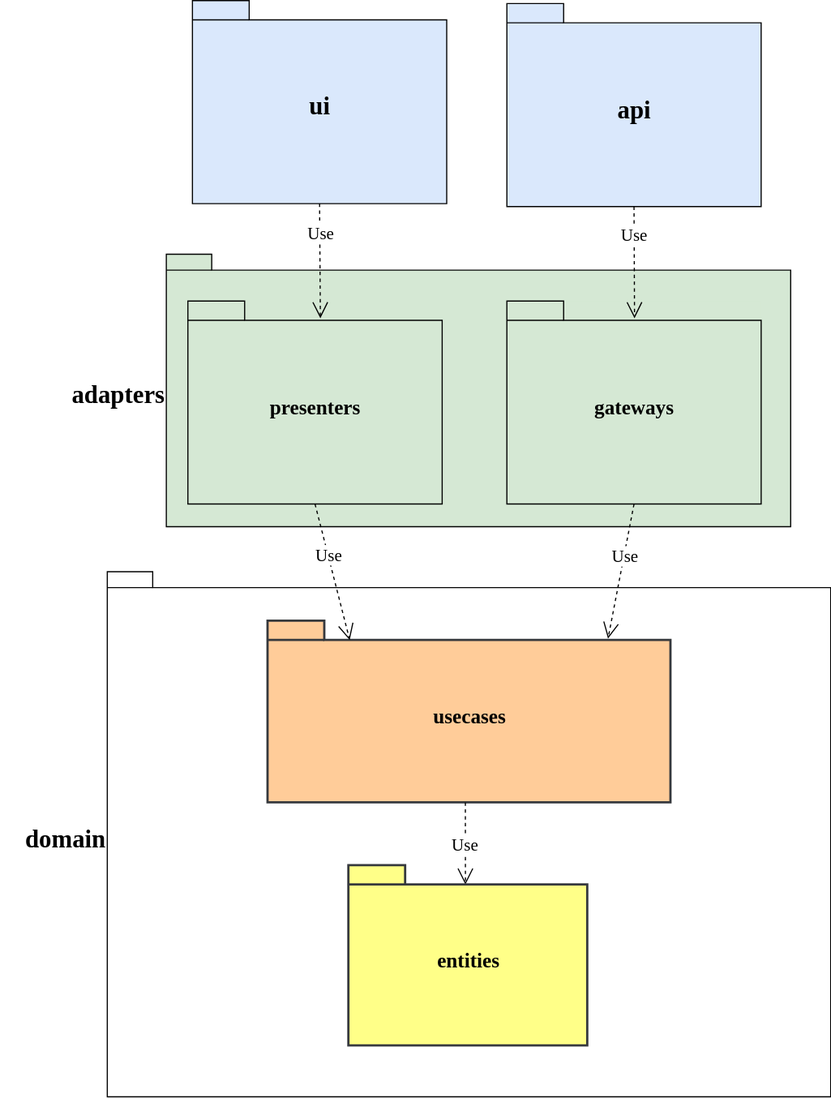
softspiders/clean-architecture-counter-starters keeps this draw.io diagram as app/diagrams/packages.uml.svg. Above is the earlier version. Source tidied: cells renumbered, new cells last; positions are measured from the earlier drawing's top-left corner, leaving out a move shared by most shapes.
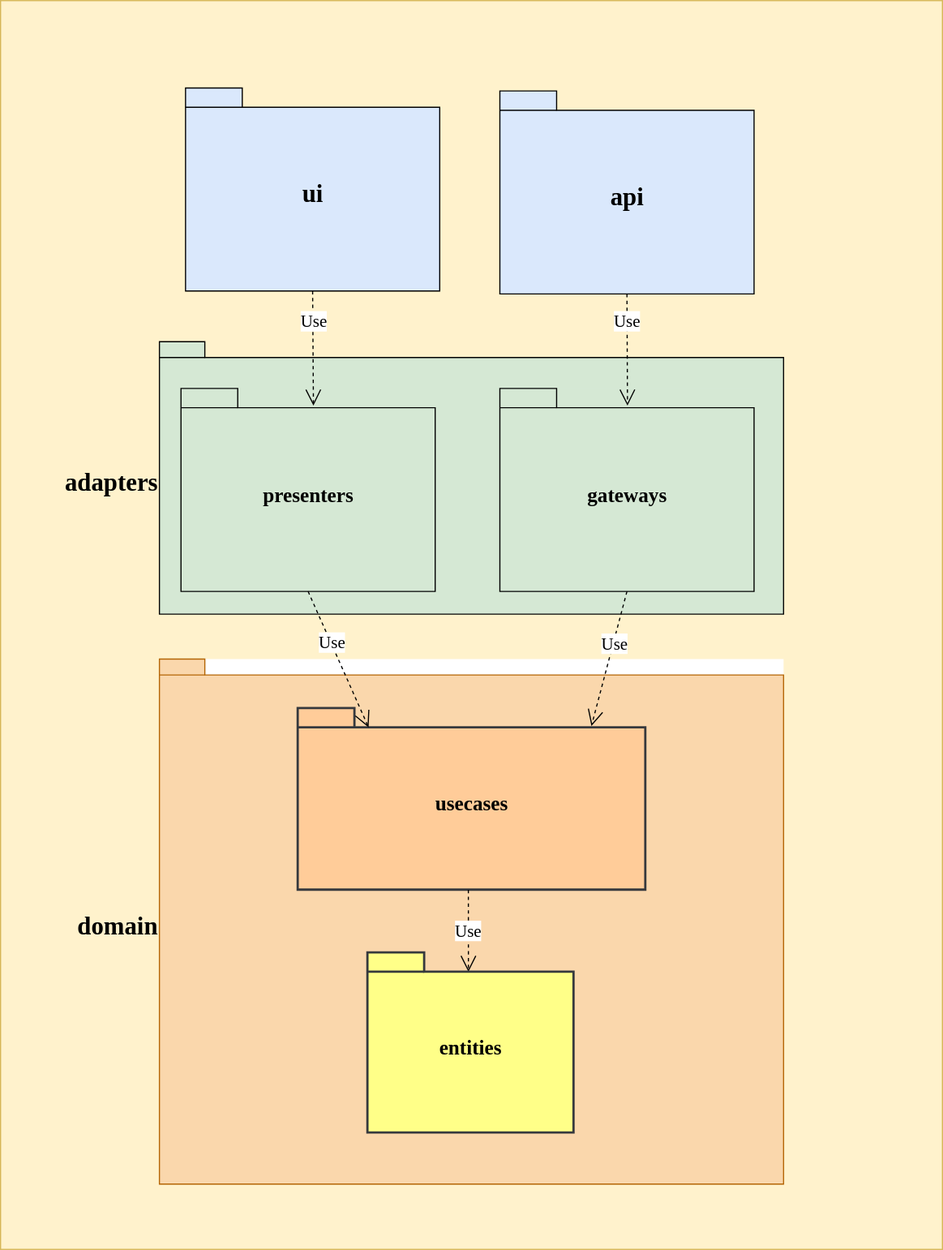
The same file after the commit.

Diff of the diagram source:
```diff
@@ -2,23 +2,26 @@
   <root>
     <mxCell id="0" />
     <mxCell id="1" parent="0" />
+    <mxCell id="18" style="rounded=0;whiteSpace=wrap;html=1;fillColor=#FFF2CC;strokeColor=#d6b656;" parent="1" vertex="1">
+      <mxGeometry x="-88" y="-77" width="830" height="1100" as="geometry" />
+    </mxCell>
-    <mxCell id="2" style="group;strokeColor=none;" parent="1" vertex="1">
-      <mxGeometry y="503" width="637.2" height="462.5" as="geometry" />
+    <mxCell id="2" style="group;strokeColor=none;fillColor=#ffffff;" parent="1" vertex="1">
+      <mxGeometry x="52" y="503" width="550" height="462.5" as="geometry" />
     </mxCell>
-    <mxCell id="3" value="&lt;font style=&quot;font-size: 22px&quot;&gt;domain&lt;/font&gt;" style="shape=folder;fontStyle=1;spacingTop=10;tabWidth=40;tabHeight=14;tabPosition=left;html=1;fontSize=15;labelPosition=left;verticalLabelPosition=middle;align=right;verticalAlign=middle;fontFamily=Verdana;" parent="2" vertex="1">
-      <mxGeometry width="637.2" height="462.5" as="geometry" />
+    <mxCell id="3" value="&lt;font style=&quot;font-size: 22px&quot;&gt;domain&lt;/font&gt;" style="shape=folder;fontStyle=1;spacingTop=10;tabWidth=40;tabHeight=14;tabPosition=left;html=1;fontSize=15;labelPosition=left;verticalLabelPosition=middle;align=right;verticalAlign=middle;fontFamily=Verdana;fillColor=#fad7ac;strokeColor=#b46504;" parent="2" vertex="1">
+      <mxGeometry width="550" height="462.5" as="geometry" />
     </mxCell>
     <mxCell id="4" value="&lt;font style=&quot;font-size: 18px&quot;&gt;usecases&lt;/font&gt;" style="shape=folder;fontStyle=1;spacingTop=10;tabWidth=50;tabHeight=17;tabPosition=left;html=1;rounded=0;shadow=0;comic=0;labelBackgroundColor=none;strokeWidth=2;fontFamily=Verdana;fontSize=12;align=center;labelPosition=center;verticalLabelPosition=middle;verticalAlign=middle;fillColor=#ffcc99;strokeColor=#36393d;" parent="2" vertex="1">
-      <mxGeometry x="141.2" y="43.1" width="354.9" height="160" as="geometry" />
+      <mxGeometry x="121.8" y="43.1" width="306.3" height="160" as="geometry" />
     </mxCell>
     <mxCell id="5" value="Use" style="endArrow=open;endSize=12;dashed=1;html=1;fontFamily=Verdana;fontSize=15;entryX=0.49;entryY=0.108;entryDx=0;entryDy=0;entryPerimeter=0;exitX=0.491;exitY=1.001;exitDx=0;exitDy=0;exitPerimeter=0;" parent="2" edge="1" source="4" target="7">
       <mxGeometry relative="1" as="geometry" />
     </mxCell>
     <mxCell id="6" style="group;fontSize=13;labelPosition=center;verticalLabelPosition=middle;align=center;verticalAlign=middle;fillColor=none;strokeColor=none;strokeWidth=2;" parent="2" vertex="1">
-      <mxGeometry x="150" y="246.7" width="330.7" height="182.1" as="geometry" />
+      <mxGeometry x="129.5" y="246.7" width="285.4" height="182.1" as="geometry" />
     </mxCell>
     <mxCell id="7" value="&lt;font style=&quot;font-size: 18px&quot;&gt;entities&lt;/font&gt;" style="shape=folder;fontStyle=1;spacingTop=10;tabWidth=50;tabHeight=17;tabPosition=left;html=1;rounded=0;shadow=0;comic=0;labelBackgroundColor=none;strokeWidth=2;fontFamily=Verdana;fontSize=10;align=center;labelPosition=center;verticalLabelPosition=middle;verticalAlign=middle;fillColor=#ffff88;strokeColor=#36393d;" parent="6" vertex="1">
-      <mxGeometry x="62.3" y="11.7" width="210.4" height="158.7" as="geometry" />
+      <mxGeometry x="53.8" y="11.7" width="181.6" height="158.7" as="geometry" />
     </mxCell>
     <mxCell id="8" value="&lt;font style=&quot;font-size: 22px&quot;&gt;adapters&lt;/font&gt;" style="shape=folder;fontStyle=1;spacingTop=10;tabWidth=40;tabHeight=14;tabPosition=left;html=1;fontSize=15;labelPosition=left;verticalLabelPosition=middle;align=right;verticalAlign=middle;fontFamily=Verdana;fillColor=#d5e8d4;strokeColor=#000000;" parent="1" vertex="1">
       <mxGeometry x="52" y="223.4" width="550" height="240" as="geometry" />
```
